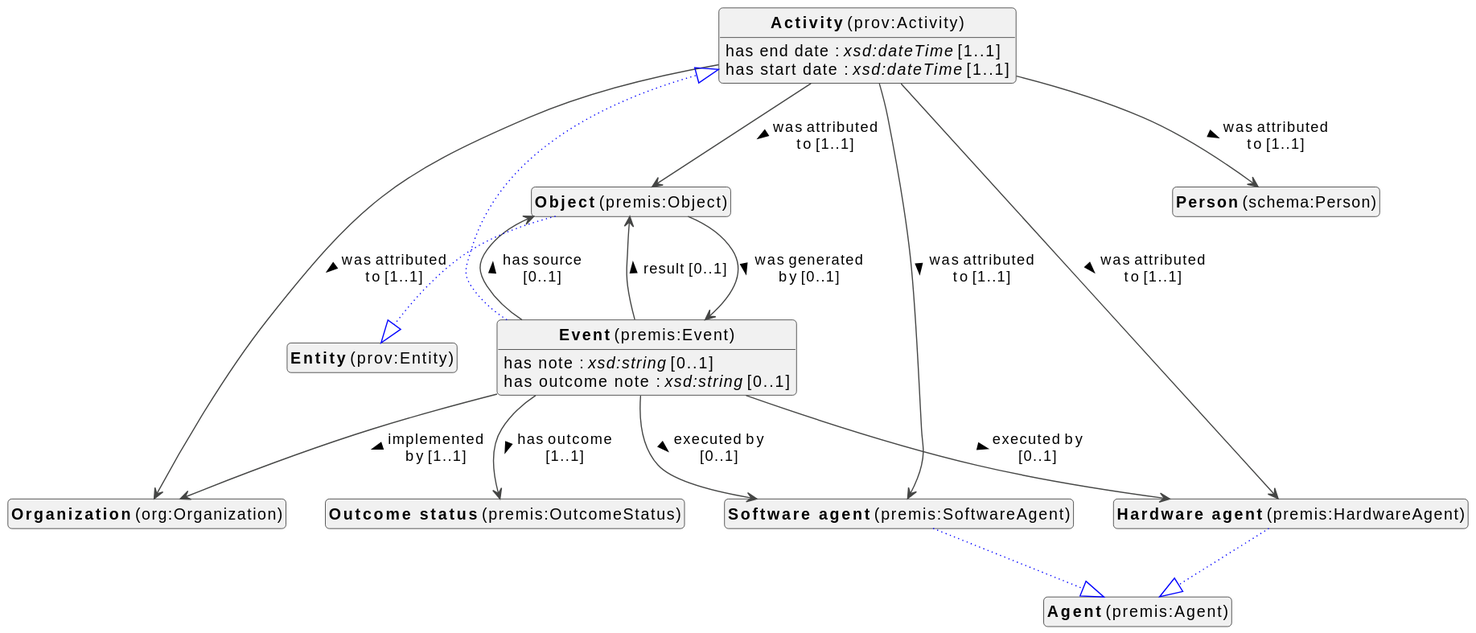
This is docs/metadata/knowledge-graph/0.0.1/events/en/events-diagram.svg from viaacode/documentation-jekyll, a PlantUML export, as it was before one commit.
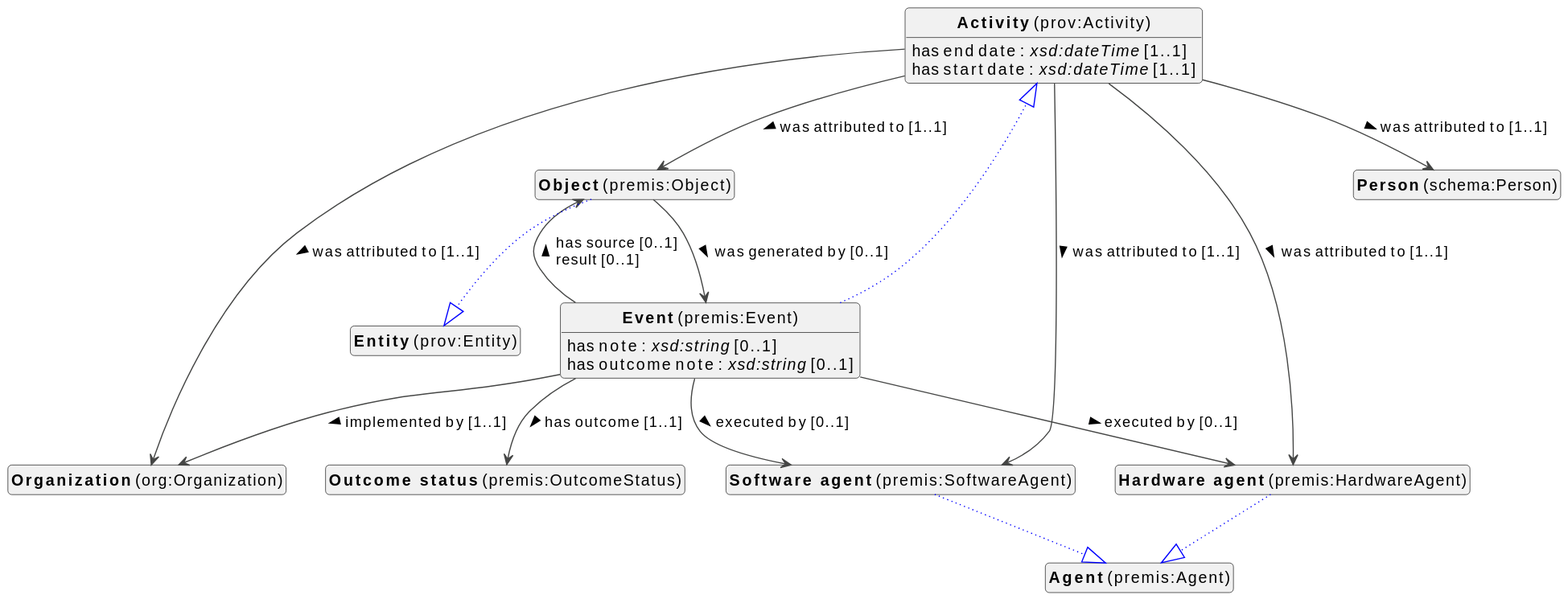
Above is the later version.

Diff of the diagram source:
```diff
@@ -3,7 +3,8 @@
 skinparam classFontSize 14
 !define LIGHTORANGE
 skinparam componentStyle uml2
-skinparam wrapMessageWidth 100
+skinparam wrapMessageWidth 1000
+skinparam wrapWidth 1000
 skinparam shadowing false
 skinparam ArrowMessageAlignment left
 
@@ -13,50 +14,45 @@
 class "<b>Activity</b> (prov:Activity)" as prov_Activity [[#prov%3AActivity]]
 class "<b>Object</b> (premis:Object)" as premis_Object [[#premis%3AObject]]
 class "<b>Entity</b> (prov:Entity)" as prov_Entity [[#prov%3AEntity]]
+class "<b>Organization</b> (org:Organization)" as org_Organization [[#org%3AOrganization]]
+class "<b>Outcome status</b> (premis:OutcomeStatus)" as premis_OutcomeStatus [[#premis%3AOutcomeStatus]]
+class "<b>Hardware agent</b> (premis:HardwareAgent)" as premis_HardwareAgent [[#premis%3AHardwareAgent]]
+class "<b>Agent</b> (premis:Agent)" as premis_Agent [[#premis%3AAgent]]
 class "<b>Person</b> (schema:Person)" as schema_Person [[#schema%3APerson]]
-class "<b>Organization</b> (org:Organization)" as org_Organization [[#org%3AOrganization]]
 class "<b>Software agent</b> (premis:SoftwareAgent)" as premis_SoftwareAgent [[#premis%3ASoftwareAgent]]
 class "<b>Agent</b> (premis:Agent)" as premis_Agent [[#premis%3AAgent]]
-class "<b>Hardware agent</b> (premis:HardwareAgent)" as premis_HardwareAgent [[#premis%3AHardwareAgent]]
-class "<b>Agent</b> (premis:Agent)" as premis_Agent [[#premis%3AAgent]]
-class "<b>Outcome status</b> (premis:OutcomeStatus)" as premis_OutcomeStatus [[#premis%3AOutcomeStatus]]
 
 
 prov_Activity : has end date : <i>xsd:dateTime</i> [1..1]
-
-
 prov_Activity : has start date : <i>xsd:dateTime</i> [1..1]
 
+prov_Activity --> org_Organization :was attributed to [1..1]  >
+prov_Activity --> premis_HardwareAgent :was attributed to [1..1]  >
+prov_Activity --> premis_Object :was attributed to [1..1]  >
+prov_Activity --> premis_SoftwareAgent :was attributed to [1..1]  >
+prov_Activity --> schema_Person :was attributed to [1..1]  >
 
-prov_Activity --> premis_Object : was attributed to [1..1] >
-prov_Activity --> schema_Person : was attributed to [1..1] >
-prov_Activity --> org_Organization : was attributed to [1..1] >
-prov_Activity --> premis_SoftwareAgent : was attributed to [1..1] >
-prov_Activity --> premis_HardwareAgent : was attributed to [1..1] >
 
 premis_Event --|> prov_Activity #blue;line.dotted;text:blue
 
+premis_Event : has note : <i>xsd:string</i> [0..1]
+premis_Event : has outcome note : <i>xsd:string</i> [0..1]
+premis_Event --> org_Organization :implemented by [1..1]  >
+premis_Event --> premis_HardwareAgent :executed by [0..1]  >
+premis_Event --> premis_Object :has source [0..1]  \lresult [0..1]  >
+premis_Event --> premis_OutcomeStatus :has outcome [1..1]  >
+premis_Event --> premis_SoftwareAgent :executed by [0..1]  >
 
-premis_Event --> premis_SoftwareAgent : executed by [0..1] >
-premis_Event --> premis_HardwareAgent : executed by [0..1] >
-premis_Event : has note : <i>xsd:string</i> [0..1]
-
-
-premis_Event --> premis_OutcomeStatus : has outcome [1..1] >
-premis_Event : has outcome note : <i>xsd:string</i> [0..1]
-
-
-premis_Event --> premis_Object : has source [0..1] >
-
-premis_Event --> org_Organization : implemented by [1..1] >
-
-premis_Event --> premis_Object : result [0..1] >
 
 premis_Object --|> prov_Entity #blue;line.dotted;text:blue
 
+premis_Object --> premis_Event :was generated by [0..1]  >
 
-premis_Object --> premis_Event : was generated by [0..1] >
 
+
+
+
+premis_HardwareAgent --|> premis_Agent #blue;line.dotted;text:blue
 
 
 
@@ -64,11 +60,6 @@
 premis_SoftwareAgent --|> premis_Agent #blue;line.dotted;text:blue
 
 
-premis_HardwareAgent --|> premis_Agent #blue;line.dotted;text:blue
-
-
-
-
 
 hide circle
 hide methods
```
